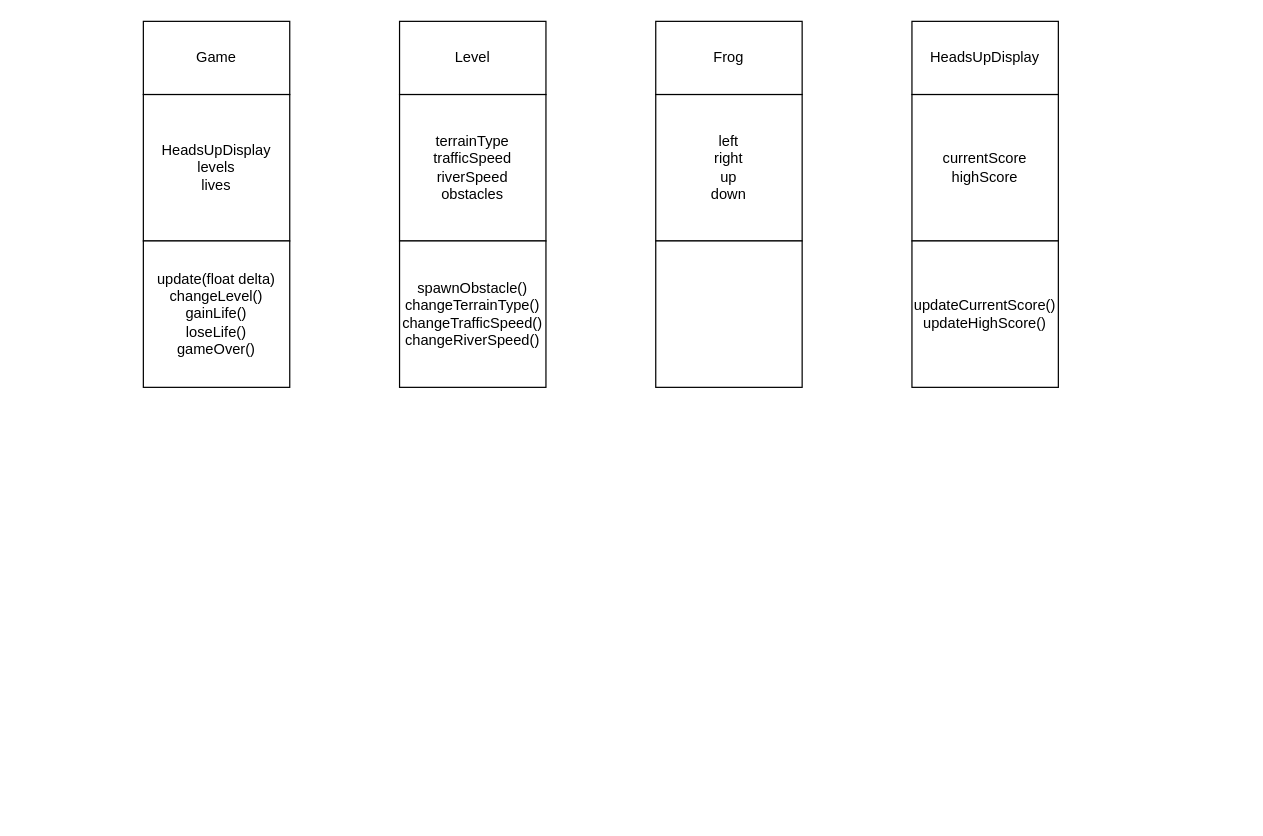
Earlier version of the draw.io diagram GAM1516_A1_ANGLIN_TRISTAN.drawio (kranouz/UMLs). Source tidied: cells renumbered, new cells numbered last; positions are measured from the earlier drawing's top-left corner, leaving out a move shared by most shapes. Both pictures are drawn from the tidied source at 122%, with x=0, y=0 at pixel (143, 21).
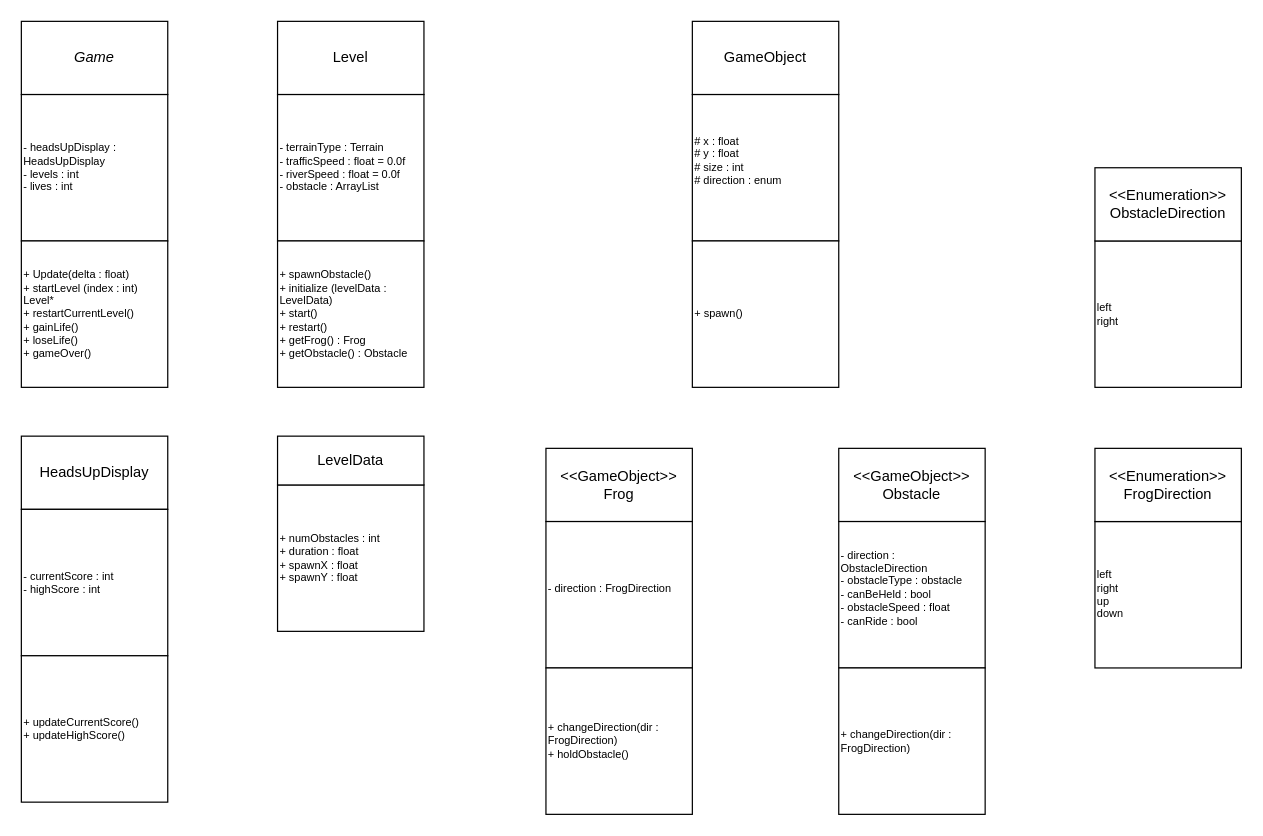
After the change.

Change to the diagram source:
```diff
@@
-    <mxCell id="2" value="Game" style="rounded=0;whiteSpace=wrap;html=1;" parent="1" vertex="1">
-      <mxGeometry width="120" height="60" as="geometry" />
+    <mxCell id="2" value="&lt;i&gt;Game&lt;/i&gt;" style="rounded=0;whiteSpace=wrap;html=1;" parent="1" vertex="1">
+      <mxGeometry x="-100" width="120" height="60" as="geometry" />
     </mxCell>
     <mxCell id="3" value="Level" style="rounded=0;whiteSpace=wrap;html=1;" parent="1" vertex="1">
-      <mxGeometry x="210" width="120" height="60" as="geometry" />
+      <mxGeometry x="110" width="120" height="60" as="geometry" />
     </mxCell>
-    <mxCell id="4" value="Frog" style="rounded=0;whiteSpace=wrap;html=1;" parent="1" vertex="1">
-      <mxGeometry x="420" width="120" height="60" as="geometry" />
+    <mxCell id="4" value="&lt;div&gt;&amp;lt;&amp;lt;GameObject&amp;gt;&amp;gt;&lt;/div&gt;Frog" style="rounded=0;whiteSpace=wrap;html=1;" parent="1" vertex="1">
+      <mxGeometry x="330" y="350" width="120" height="60" as="geometry" />
     </mxCell>
     <mxCell id="5" value="HeadsUpDisplay" style="rounded=0;whiteSpace=wrap;html=1;" parent="1" vertex="1">
-      <mxGeometry x="630" width="120" height="60" as="geometry" />
+      <mxGeometry x="-100" y="340" width="120" height="60" as="geometry" />
     </mxCell>
-    <mxCell id="6" value="HeadsUpDisplay&lt;div&gt;levels&lt;/div&gt;&lt;div&gt;lives&lt;/div&gt;" style="whiteSpace=wrap;html=1;" parent="1" vertex="1">
-      <mxGeometry y="60" width="120" height="120" as="geometry" />
+    <mxCell id="6" value="- headsUpDisplay : HeadsUpDisplay&lt;div style=&quot;font-size: 9px;&quot;&gt;- levels : int&lt;/div&gt;&lt;div style=&quot;font-size: 9px;&quot;&gt;- lives : int&lt;/div&gt;" style="whiteSpace=wrap;html=1;align=left;fontSize=9;" parent="1" vertex="1">
+      <mxGeometry x="-100" y="60" width="120" height="120" as="geometry" />
     </mxCell>
-    <mxCell id="7" value="terrainType&lt;div&gt;trafficSpeed&lt;/div&gt;&lt;div&gt;riverSpeed&lt;/div&gt;&lt;div&gt;obstacles&lt;/div&gt;" style="whiteSpace=wrap;html=1;" parent="1" vertex="1">
-      <mxGeometry x="210" y="60" width="120" height="120" as="geometry" />
+    <mxCell id="7" value="- terrainType : Terrain&lt;div style=&quot;font-size: 9px;&quot;&gt;- trafficSpeed : float = 0.0f&lt;/div&gt;&lt;div style=&quot;font-size: 9px;&quot;&gt;- riverSpeed : float = 0.0f&lt;/div&gt;&lt;div style=&quot;font-size: 9px;&quot;&gt;- obstacle : ArrayList&lt;/div&gt;" style="whiteSpace=wrap;html=1;align=left;fontSize=9;" parent="1" vertex="1">
+      <mxGeometry x="110" y="60" width="120" height="120" as="geometry" />
     </mxCell>
-    <mxCell id="8" value="left&lt;div&gt;right&lt;/div&gt;&lt;div&gt;up&lt;/div&gt;&lt;div&gt;down&lt;/div&gt;" style="whiteSpace=wrap;html=1;" parent="1" vertex="1">
-      <mxGeometry x="420" y="60" width="120" height="120" as="geometry" />
+    <mxCell id="8" value="- direction : FrogDirection&lt;div&gt;&lt;br&gt;&lt;/div&gt;" style="whiteSpace=wrap;html=1;align=left;fontSize=9;" parent="1" vertex="1">
+      <mxGeometry x="330" y="410" width="120" height="120" as="geometry" />
     </mxCell>
-    <mxCell id="9" value="currentScore&lt;div&gt;highScore&lt;/div&gt;" style="whiteSpace=wrap;html=1;" parent="1" vertex="1">
-      <mxGeometry x="630" y="60" width="120" height="120" as="geometry" />
+    <mxCell id="9" value="- currentScore : int&lt;div style=&quot;font-size: 9px;&quot;&gt;- highScore : int&lt;/div&gt;" style="whiteSpace=wrap;html=1;align=left;fontSize=9;" parent="1" vertex="1">
+      <mxGeometry x="-100" y="400" width="120" height="120" as="geometry" />
     </mxCell>
-    <mxCell id="10" value="&lt;div&gt;update(float delta)&lt;/div&gt;changeLevel()&lt;div&gt;gainLife()&lt;/div&gt;&lt;div&gt;loseLife()&lt;/div&gt;&lt;div&gt;gameOver()&lt;/div&gt;" style="whiteSpace=wrap;html=1;" parent="1" vertex="1">
-      <mxGeometry y="180" width="120" height="120" as="geometry" />
+    <mxCell id="10" value="&lt;div style=&quot;font-size: 9px;&quot;&gt;+ Update(delta : float)&lt;/div&gt;&lt;div style=&quot;&quot;&gt;&lt;span style=&quot;&quot;&gt;+ startLevel (index : int) Level*&lt;/span&gt;&lt;div style=&quot;&quot;&gt;+ restartCurrentLevel()&lt;/div&gt;+ gainLife()&lt;/div&gt;&lt;div style=&quot;font-size: 9px;&quot;&gt;+ loseLife()&lt;/div&gt;&lt;div style=&quot;font-size: 9px;&quot;&gt;+ gameOver()&lt;/div&gt;" style="whiteSpace=wrap;html=1;align=left;fontSize=9;" parent="1" vertex="1">
+      <mxGeometry x="-100" y="180" width="120" height="120" as="geometry" />
     </mxCell>
-    <mxCell id="11" value="spawnObstacle()&lt;div&gt;changeTerrainType()&lt;/div&gt;&lt;div&gt;changeTrafficSpeed()&lt;/div&gt;&lt;div&gt;changeRiverSpeed()&lt;/div&gt;" style="whiteSpace=wrap;html=1;" parent="1" vertex="1">
-      <mxGeometry x="210" y="180" width="120" height="120" as="geometry" />
+    <mxCell id="11" value="+ spawnObstacle()&lt;div style=&quot;&quot;&gt;&lt;span style=&quot;&quot;&gt;+ initialize (levelData : LevelData)&lt;/span&gt;&lt;div style=&quot;&quot;&gt;+ start()&lt;/div&gt;&lt;div style=&quot;&quot;&gt;+ restart()&lt;/div&gt;&lt;div style=&quot;&quot;&gt;+ getFrog() : Frog&lt;/div&gt;&lt;div style=&quot;&quot;&gt;+ getObstacle() : Obstacle&lt;/div&gt;&lt;/div&gt;" style="whiteSpace=wrap;html=1;align=left;fontSize=9;" parent="1" vertex="1">
+      <mxGeometry x="110" y="180" width="120" height="120" as="geometry" />
     </mxCell>
-    <mxCell id="12" style="whiteSpace=wrap;html=1;" parent="1" vertex="1">
-      <mxGeometry x="420" y="180" width="120" height="120" as="geometry" />
+    <mxCell id="12" value="left&lt;div style=&quot;font-size: 9px;&quot;&gt;right&lt;/div&gt;&lt;div style=&quot;font-size: 9px;&quot;&gt;up&lt;/div&gt;&lt;div style=&quot;font-size: 9px;&quot;&gt;down&lt;/div&gt;" style="whiteSpace=wrap;html=1;align=left;fontSize=9;" parent="1" vertex="1">
+      <mxGeometry x="780" y="410" width="120" height="120" as="geometry" />
     </mxCell>
-    <mxCell id="13" value="updateCurrentScore()&lt;div&gt;updateHighScore()&lt;/div&gt;" style="whiteSpace=wrap;html=1;" parent="1" vertex="1">
-      <mxGeometry x="630" y="180" width="120" height="120" as="geometry" />
+    <mxCell id="13" value="+ updateCurrentScore()&lt;div style=&quot;font-size: 9px;&quot;&gt;+ updateHighScore()&lt;/div&gt;" style="whiteSpace=wrap;html=1;align=left;fontSize=9;" parent="1" vertex="1">
+      <mxGeometry x="-100" y="520" width="120" height="120" as="geometry" />
     </mxCell>
+    <mxCell id="14" value="&lt;div&gt;&amp;lt;&amp;lt;Enumeration&amp;gt;&amp;gt;&lt;br&gt;&lt;/div&gt;FrogDirection" style="rounded=0;whiteSpace=wrap;html=1;" parent="1" vertex="1">
+      <mxGeometry x="780" y="350" width="120" height="60" as="geometry" />
+    </mxCell>
+    <mxCell id="15" value="+ changeDirection(dir : FrogDirection)&lt;div&gt;+ holdObstacle()&lt;/div&gt;" style="whiteSpace=wrap;html=1;align=left;fontSize=9;" parent="1" vertex="1">
+      <mxGeometry x="330" y="530" width="120" height="120" as="geometry" />
+    </mxCell>
+    <mxCell id="16" value="&lt;div&gt;&amp;lt;&amp;lt;GameObject&amp;gt;&amp;gt;&lt;/div&gt;Obstacle" style="rounded=0;whiteSpace=wrap;html=1;" parent="1" vertex="1">
+      <mxGeometry x="570" y="350" width="120" height="60" as="geometry" />
+    </mxCell>
+    <mxCell id="17" value="- direction : ObstacleDirection&lt;div&gt;- obstacleType : obstacle&lt;/div&gt;&lt;div&gt;- canBeHeld : bool&lt;/div&gt;&lt;div&gt;- obstacleSpeed : float&lt;/div&gt;&lt;div&gt;- canRide : bool&lt;br&gt;&lt;div&gt;&lt;br&gt;&lt;/div&gt;&lt;/div&gt;" style="whiteSpace=wrap;html=1;align=left;fontSize=9;" parent="1" vertex="1">
+      <mxGeometry x="570" y="410" width="120" height="120" as="geometry" />
+    </mxCell>
+    <mxCell id="18" value="+ changeDirection(dir : FrogDirection)" style="whiteSpace=wrap;html=1;align=left;fontSize=9;" parent="1" vertex="1">
+      <mxGeometry x="570" y="530" width="120" height="120" as="geometry" />
+    </mxCell>
+    <mxCell id="19" value="&lt;div&gt;GameObject&lt;/div&gt;" style="rounded=0;whiteSpace=wrap;html=1;" parent="1" vertex="1">
+      <mxGeometry x="450" width="120" height="60" as="geometry" />
+    </mxCell>
+    <mxCell id="20" value="&lt;div style=&quot;font-size: 9px;&quot;&gt;&lt;span style=&quot;font-size: 9px;&quot;&gt;# x : float&lt;/span&gt;&lt;div style=&quot;font-size: 9px;&quot;&gt;# y : float&lt;/div&gt;&lt;div style=&quot;font-size: 9px;&quot;&gt;# size : int&lt;/div&gt;&lt;div style=&quot;font-size: 9px;&quot;&gt;# direction : enum&lt;/div&gt;&lt;div style=&quot;font-size: 9px;&quot;&gt;&lt;br&gt;&lt;/div&gt;&lt;/div&gt;" style="whiteSpace=wrap;html=1;align=left;fontSize=9;" parent="1" vertex="1">
+      <mxGeometry x="450" y="60" width="120" height="120" as="geometry" />
+    </mxCell>
+    <mxCell id="21" value="&lt;span style=&quot;font-size: 9px;&quot;&gt;+ spawn()&lt;/span&gt;" style="whiteSpace=wrap;html=1;align=left;fontSize=9;" parent="1" vertex="1">
+      <mxGeometry x="450" y="180" width="120" height="120" as="geometry" />
+    </mxCell>
+    <mxCell id="22" value="left&lt;div style=&quot;font-size: 9px;&quot;&gt;right&lt;/div&gt;" style="whiteSpace=wrap;html=1;align=left;fontSize=9;" parent="1" vertex="1">
+      <mxGeometry x="780" y="180" width="120" height="120" as="geometry" />
+    </mxCell>
+    <mxCell id="23" value="&lt;div&gt;&amp;lt;&amp;lt;Enumeration&amp;gt;&amp;gt;&lt;br&gt;&lt;/div&gt;ObstacleDirection" style="rounded=0;whiteSpace=wrap;html=1;" parent="1" vertex="1">
+      <mxGeometry x="780" y="120" width="120" height="60" as="geometry" />
+    </mxCell>
+    <mxCell id="24" value="+ numObstacles : int&lt;div style=&quot;font-size: 9px;&quot;&gt;+ duration : float&lt;/div&gt;&lt;div style=&quot;font-size: 9px;&quot;&gt;+ spawnX : float&lt;/div&gt;&lt;div style=&quot;font-size: 9px;&quot;&gt;+ spawnY : float&lt;/div&gt;" style="rounded=0;whiteSpace=wrap;html=1;align=left;fontSize=9;" parent="1" vertex="1">
+      <mxGeometry x="110" y="380" width="120" height="120" as="geometry" />
+    </mxCell>
+    <mxCell id="25" value="LevelData" style="rounded=0;whiteSpace=wrap;html=1;" parent="1" vertex="1">
+      <mxGeometry x="110" y="340" width="120" height="40" as="geometry" />
+    </mxCell>
```
